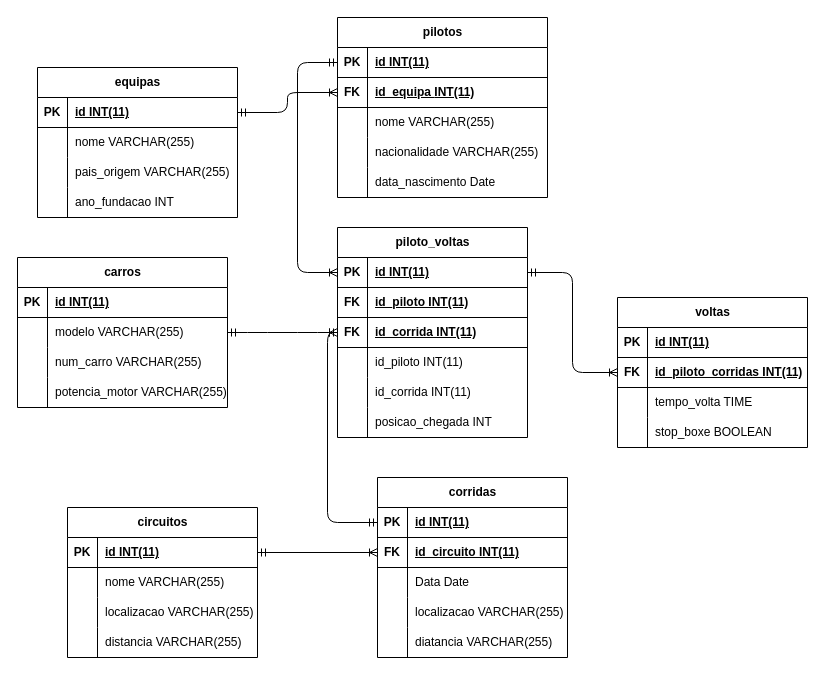
Above: f1.drawio in RodrigoGomes08/Trabalho_formula1_PSI (draw.io), before the change. Source tidied: cells renumbered, new cells numbered last; positions are measured from the earlier drawing's top-left corner, leaving out a move shared by most shapes. Both pictures are drawn from the tidied source at 100%, with x=0, y=0 at pixel (17, 17).
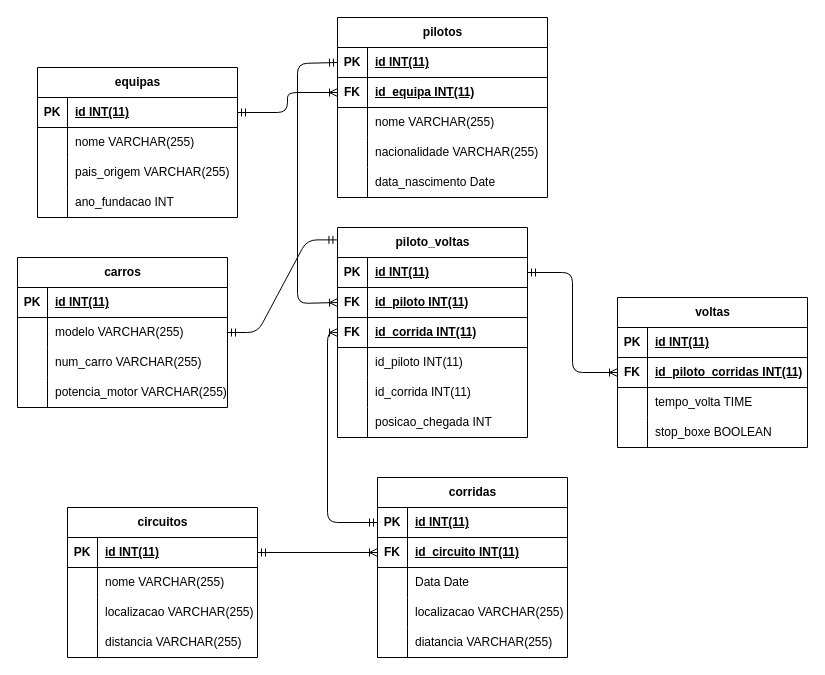
The same diagram, later.

Commit message:
Tudo feito e finalizado.

Unchanged cells that the change refers to:
```xml
<mxCell id="29" style="shape=tableRow;horizontal=0;startSize=0;swimlaneHead=0;swimlaneBody=0;fillColor=none;points=[[0,0.5],[1,0.5]];portConstraint=eastwest;top=0;left=0;right=0;bottom=1;" parent="28" vertex="1">
  <mxGeometry y="30" width="210" height="30" as="geometry" />
</mxCell>
<mxCell id="64" style="shape=tableRow;horizontal=0;startSize=0;swimlaneHead=0;swimlaneBody=0;fillColor=none;points=[[0,0.5],[1,0.5]];portConstraint=eastwest;top=0;left=0;right=0;bottom=0;" parent="60" vertex="1">
  <mxGeometry y="60" width="210" height="30" as="geometry" />
</mxCell>
<mxCell id="86" value="piloto_voltas" style="shape=table;startSize=30;childLayout=tableLayout;rowLines=0;fontStyle=1;align=center;html=1;" parent="1" vertex="1">
  <mxGeometry x="320" y="210" width="190" height="210" as="geometry" />
</mxCell>
<mxCell id="87" style="shape=tableRow;horizontal=0;startSize=0;swimlaneHead=0;swimlaneBody=0;fillColor=none;points=[[0,0.5],[1,0.5]];portConstraint=eastwest;top=0;left=0;right=0;bottom=1;" parent="86" vertex="1">
  <mxGeometry y="30" width="190" height="30" as="geometry" />
</mxCell>
<mxCell id="90" style="shape=tableRow;horizontal=0;startSize=0;swimlaneHead=0;swimlaneBody=0;fillColor=none;points=[[0,0.5],[1,0.5]];portConstraint=eastwest;top=0;left=0;right=0;bottom=1;" parent="86" vertex="1">
  <mxGeometry y="60" width="190" height="30" as="geometry" />
</mxCell>
<mxCell id="93" style="shape=tableRow;horizontal=0;startSize=0;swimlaneHead=0;swimlaneBody=0;fillColor=none;points=[[0,0.5],[1,0.5]];portConstraint=eastwest;top=0;left=0;right=0;bottom=1;" parent="86" vertex="1">
  <mxGeometry y="90" width="190" height="30" as="geometry" />
</mxCell>
```

What changed in the source:
```diff
@@
-    <mxCell id="108" style="edgeStyle=entityRelationEdgeStyle;fontSize=12;html=1;endArrow=ERmandOne;startArrow=ERmandOne;exitX=1;exitY=0.5;exitDx=0;exitDy=0;entryX=0;entryY=0.5;entryDx=0;entryDy=0;" parent="1" edge="1" source="64" target="93">
+    <mxCell id="108" style="edgeStyle=entityRelationEdgeStyle;fontSize=12;html=1;endArrow=ERmandOne;startArrow=ERmandOne;exitX=1;exitY=0.5;exitDx=0;exitDy=0;entryX=-0.003;entryY=0.059;entryDx=0;entryDy=0;entryPerimeter=0;" parent="1" edge="1" source="64" target="86">
       <mxGeometry relative="1" as="geometry" />
     </mxCell>
@@
-    <mxCell id="110" style="edgeStyle=orthogonalEdgeStyle;fontSize=12;html=1;endArrow=ERoneToMany;startArrow=ERmandOne;entryX=0;entryY=0.5;entryDx=0;entryDy=0;exitX=0;exitY=0.5;exitDx=0;exitDy=0;" parent="1" edge="1" source="29" target="87">
+    <mxCell id="110" style="edgeStyle=orthogonalEdgeStyle;fontSize=12;html=1;endArrow=ERoneToMany;startArrow=ERmandOne;entryX=0;entryY=0.5;entryDx=0;entryDy=0;exitX=0;exitY=0.5;exitDx=0;exitDy=0;" parent="1" edge="1" source="29" target="90">
       <mxGeometry relative="1" as="geometry">
         <Array as="points">
-          <mxPoint x="280" y="45" />
-          <mxPoint x="280" y="255" />
+          <mxPoint x="280" y="46" />
+          <mxPoint x="280" y="286" />
         </Array>
       </mxGeometry>
     </mxCell>
```
